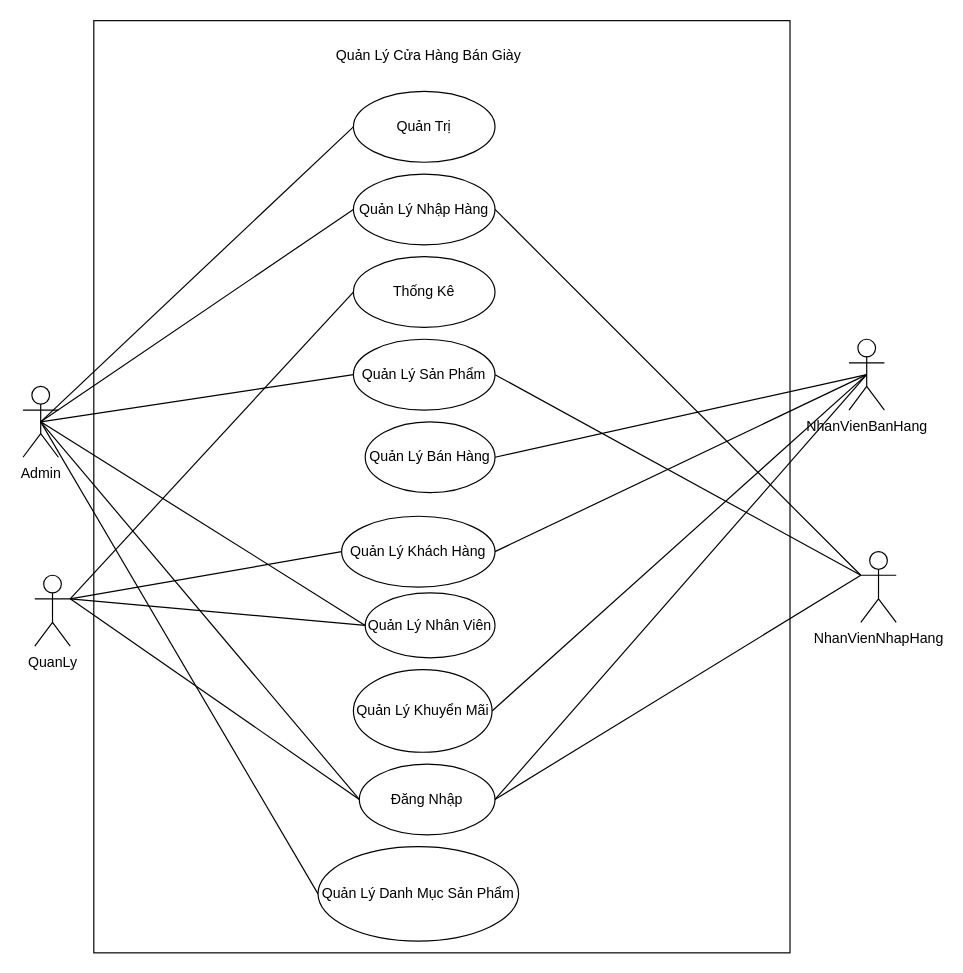
Above: UseCase3.drawio in maivantai2003/Database (draw.io), before the change. Source tidied: cells renumbered, new cells numbered last; positions are measured from the earlier drawing's top-left corner, leaving out a move shared by most shapes. Both pictures are drawn from the tidied source at 118%, with x=0, y=0 at pixel (22, 20).
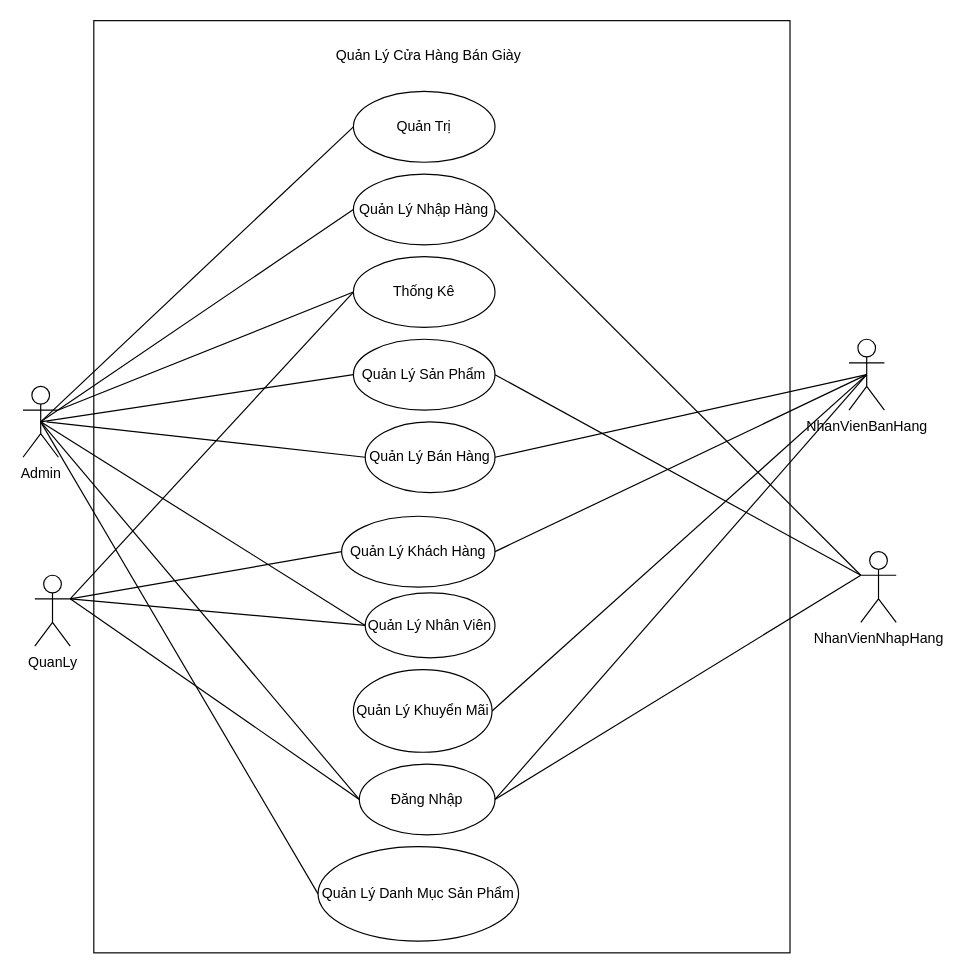
The same page after the edit.

Commit message:
Cập nhật UseCase3.drawio

Unchanged cells that the change refers to:
```xml
<mxCell id="10" value="Quản Lý Bán Hàng" style="ellipse;whiteSpace=wrap;html=1;" parent="1" vertex="1">
  <mxGeometry x="290" y="340" width="110" height="60" as="geometry" />
</mxCell>
```

What changed in the source:
```diff
@@
+    <mxCell id="35" style="endArrow=none;html=1;rounded=0;" parent="1" edge="1">
+      <mxGeometry relative="1" as="geometry">
+        <mxPoint x="30" y="330" as="sourcePoint" />
+        <mxPoint x="280" y="230" as="targetPoint" />
+      </mxGeometry>
+    </mxCell>
+    <mxCell id="36" style="endArrow=none;html=1;rounded=0;entryX=0;entryY=0.5;entryDx=0;entryDy=0;" parent="1" edge="1" target="10">
+      <mxGeometry relative="1" as="geometry">
+        <mxPoint x="20" y="340" as="sourcePoint" />
+      </mxGeometry>
+    </mxCell>
```
